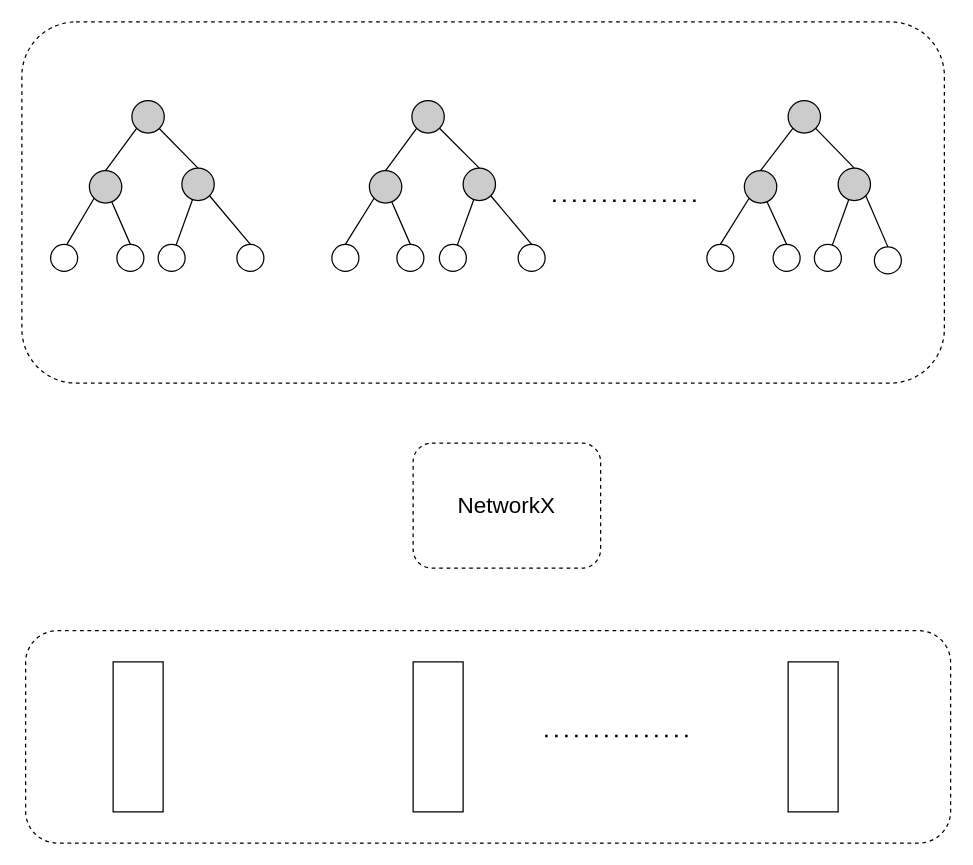
Earlier version of the draw.io diagram img/Diagram.drawio (habibsifat/ConsensusTree). Source tidied: cells renumbered, new cells numbered last; positions are measured from the earlier drawing's top-left corner, leaving out a move shared by most shapes. Both pictures are drawn from the tidied source at 125%, with x=0, y=0 at pixel (21, 21).
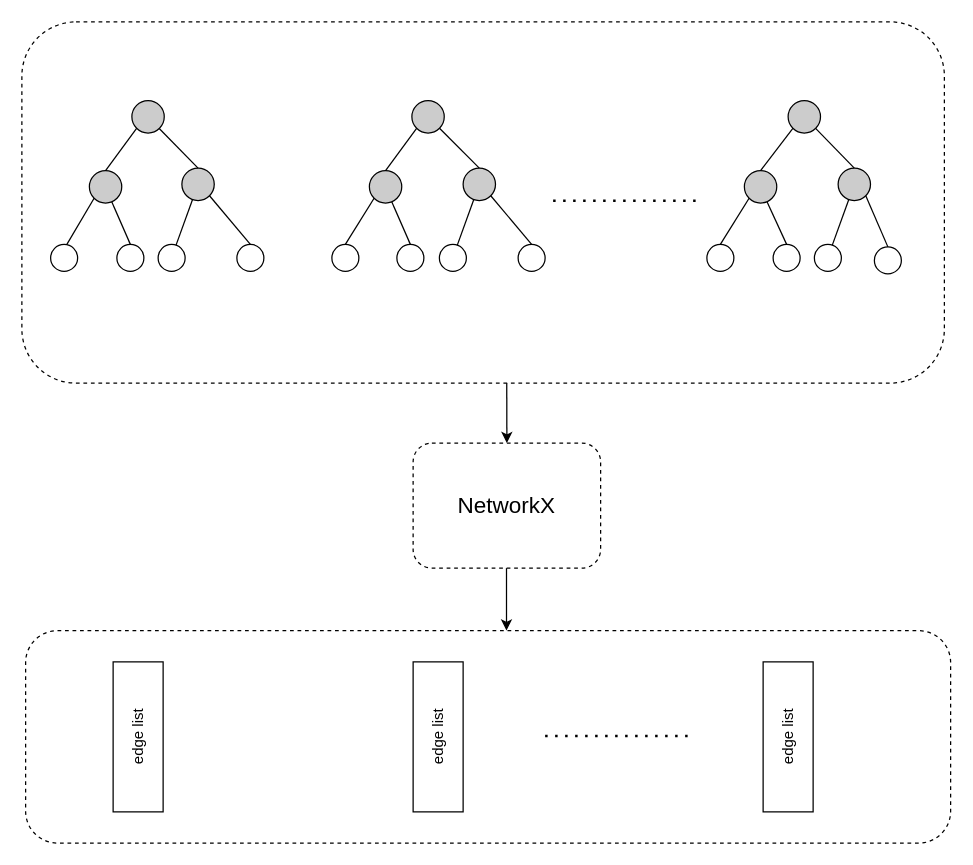
The same diagram, later.

Unchanged cells that the change refers to:
```xml
<mxCell id="3" value="&lt;font style=&quot;font-size: 18px;&quot;&gt;NetworkX&lt;/font&gt;" style="rounded=1;whiteSpace=wrap;html=1;dashed=1;" parent="1" vertex="1">
  <mxGeometry x="313" y="337" width="150" height="100" as="geometry" />
</mxCell>
```

The edit, as a diff of the source:
```diff
@@
-    <mxCell id="59" style="rounded=0;whiteSpace=wrap;html=1;direction=south;" parent="1" vertex="1">
-      <mxGeometry x="73" y="512" width="40" height="120" as="geometry" />
+    <mxCell id="59" value="edge list" style="rounded=0;whiteSpace=wrap;html=1;direction=west;rotation=-90;" parent="1" vertex="1">
+      <mxGeometry x="33" y="552" width="120" height="40" as="geometry" />
     </mxCell>
-    <mxCell id="60" style="rounded=0;whiteSpace=wrap;html=1;direction=south;" parent="1" vertex="1">
-      <mxGeometry x="313" y="512" width="40" height="120" as="geometry" />
-    </mxCell>
-    <mxCell id="61" style="rounded=0;whiteSpace=wrap;html=1;direction=south;" parent="1" vertex="1">
-      <mxGeometry x="613" y="512" width="40" height="120" as="geometry" />
-    </mxCell>
@@
+    <mxCell id="63" style="endArrow=classic;html=1;rounded=0;" parent="1" edge="1">
+      <mxGeometry relative="1" as="geometry">
+        <mxPoint x="387.7" y="437" as="sourcePoint" />
+        <mxPoint x="387.7" y="487" as="targetPoint" />
+      </mxGeometry>
+    </mxCell>
+    <mxCell id="64" style="endArrow=classic;html=1;rounded=0;exitX=0.5;exitY=1;exitDx=0;exitDy=0;entryX=0.5;entryY=0;entryDx=0;entryDy=0;" parent="1" edge="1" target="3">
+      <mxGeometry relative="1" as="geometry">
+        <mxPoint x="387.9" y="289" as="sourcePoint" />
+      </mxGeometry>
+    </mxCell>
+    <mxCell id="65" value="edge list" style="rounded=0;whiteSpace=wrap;html=1;direction=west;rotation=-90;" parent="1" vertex="1">
+      <mxGeometry x="273" y="552" width="120" height="40" as="geometry" />
+    </mxCell>
+    <mxCell id="66" value="edge list" style="rounded=0;whiteSpace=wrap;html=1;direction=west;rotation=-90;" parent="1" vertex="1">
+      <mxGeometry x="553" y="552" width="120" height="40" as="geometry" />
+    </mxCell>
```
